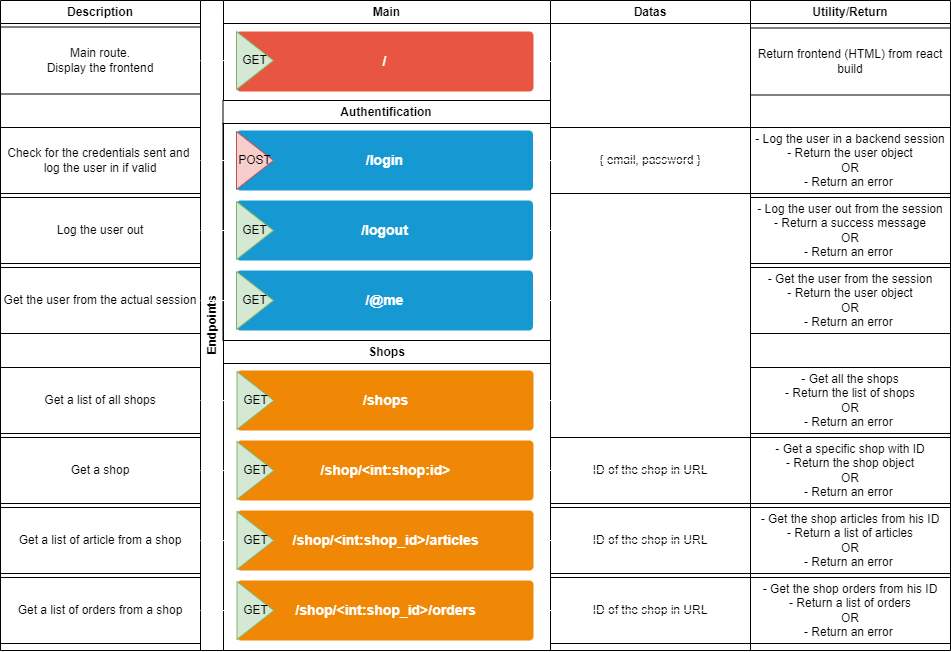
Earlier version of the draw.io export 01-Documents/CodeSchematics/routes.drawio.png (dam277/P-TPI-ETML). Source tidied: cells renumbered, new cells last; positions are measured from the earlier drawing's top-left corner, leaving out a move shared by most shapes.
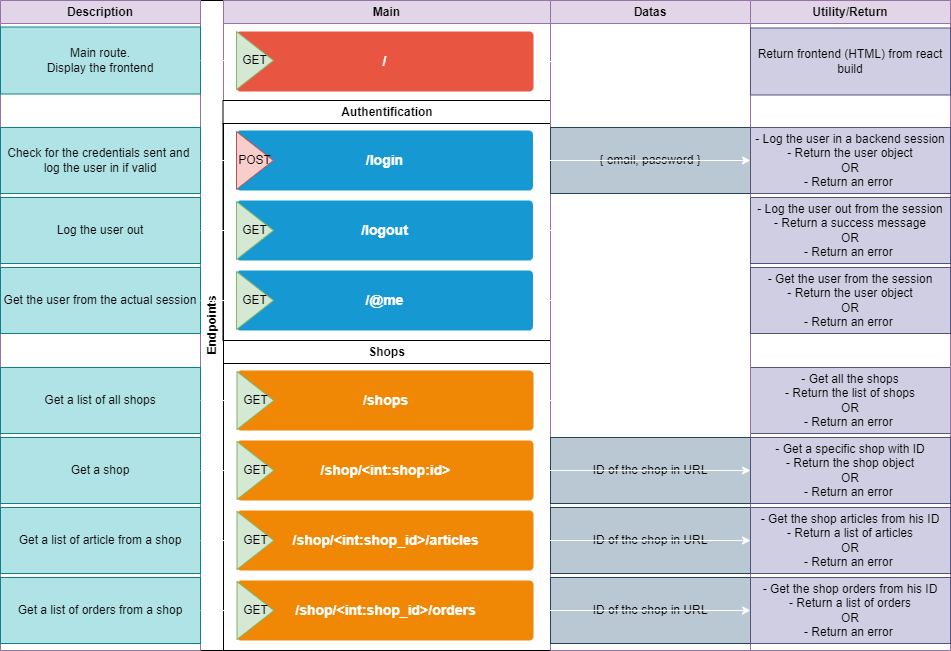
The same diagram one commit later.

Change to the diagram source:
```diff
@@ -5,7 +5,7 @@
     <mxCell id="2" value="Endpoints" style="swimlane;horizontal=0;whiteSpace=wrap;html=1;" parent="1" vertex="1">
       <mxGeometry x="200" width="350" height="650" as="geometry" />
     </mxCell>
-    <mxCell id="3" value="Main" style="swimlane;whiteSpace=wrap;html=1;" parent="2" vertex="1">
+    <mxCell id="3" value="Main" style="swimlane;whiteSpace=wrap;html=1;fillColor=#e1d5e7;strokeColor=#9673a6;" parent="2" vertex="1">
       <mxGeometry x="23" width="327" height="101" as="geometry" />
     </mxCell>
     <mxCell id="4" value="/" style="rounded=1;whiteSpace=wrap;html=1;shadow=0;labelBackgroundColor=none;strokeColor=none;strokeWidth=3;fillColor=#e85642;fontFamily=Helvetica;fontSize=14;fontColor=#FFFFFF;align=center;spacing=5;fontStyle=1;arcSize=7;perimeterSpacing=2;" parent="3" vertex="1">
@@ -62,76 +62,76 @@
     <mxCell id="21" value="GET" style="triangle;whiteSpace=wrap;html=1;fillColor=#d5e8d4;strokeColor=#82b366;" parent="13" vertex="1">
       <mxGeometry x="13.5" y="241" width="37" height="58" as="geometry" />
     </mxCell>
-    <mxCell id="22" value="Description" style="swimlane;whiteSpace=wrap;html=1;" parent="1" vertex="1">
+    <mxCell id="22" value="Description" style="swimlane;whiteSpace=wrap;html=1;fillColor=#e1d5e7;strokeColor=#9673a6;" parent="1" vertex="1">
       <mxGeometry width="200" height="650" as="geometry" />
     </mxCell>
-    <mxCell id="23" value="Main route.&lt;div&gt;Display the frontend&lt;/div&gt;" style="rounded=0;whiteSpace=wrap;html=1;" parent="22" vertex="1">
+    <mxCell id="23" value="Main route.&lt;div&gt;Display the frontend&lt;/div&gt;" style="rounded=0;whiteSpace=wrap;html=1;fillColor=#b0e3e6;strokeColor=#0e8088;" parent="22" vertex="1">
       <mxGeometry y="26.5" width="200" height="67" as="geometry" />
     </mxCell>
-    <mxCell id="24" value="Check for the credentials sent and&amp;nbsp;&lt;div&gt;log the user in if valid&lt;/div&gt;" style="rounded=0;whiteSpace=wrap;html=1;" parent="22" vertex="1">
+    <mxCell id="24" value="Check for the credentials sent and&amp;nbsp;&lt;div&gt;log the user in if valid&lt;/div&gt;" style="rounded=0;whiteSpace=wrap;html=1;fillColor=#b0e3e6;strokeColor=#0e8088;" parent="22" vertex="1">
       <mxGeometry y="127" width="200" height="66" as="geometry" />
     </mxCell>
-    <mxCell id="25" value="Log the user out" style="rounded=0;whiteSpace=wrap;html=1;" parent="22" vertex="1">
+    <mxCell id="25" value="Log the user out" style="rounded=0;whiteSpace=wrap;html=1;fillColor=#b0e3e6;strokeColor=#0e8088;" parent="22" vertex="1">
       <mxGeometry y="197" width="200" height="66" as="geometry" />
     </mxCell>
-    <mxCell id="26" value="Get the user from the actual session" style="rounded=0;whiteSpace=wrap;html=1;" parent="22" vertex="1">
+    <mxCell id="26" value="Get the user from the actual session" style="rounded=0;whiteSpace=wrap;html=1;fillColor=#b0e3e6;strokeColor=#0e8088;" parent="22" vertex="1">
       <mxGeometry y="267" width="200" height="66" as="geometry" />
     </mxCell>
-    <mxCell id="27" value="Get a list of all shops" style="rounded=0;whiteSpace=wrap;html=1;" parent="22" vertex="1">
+    <mxCell id="27" value="Get a list of all shops" style="rounded=0;whiteSpace=wrap;html=1;fillColor=#b0e3e6;strokeColor=#0e8088;" parent="22" vertex="1">
       <mxGeometry y="367" width="200" height="66" as="geometry" />
     </mxCell>
-    <mxCell id="28" value="Get a shop&lt;span style=&quot;color: rgba(0, 0, 0, 0); font-family: monospace; font-size: 0px; text-align: start; text-wrap: nowrap;&quot;&gt;%3CmxGraphModel%3E%3Croot%3E%3CmxCell%20id%3D%220%22%2F%3E%3CmxCell%20id%3D%221%22%20parent%3D%220%22%2F%3E%3CmxCell%20id%3D%222%22%20value%3D%22Get%20a%20list%20of%20all%20shops%22%20style%3D%22rounded%3D0%3BwhiteSpace%3Dwrap%3Bhtml%3D1%3B%22%20vertex%3D%221%22%20parent%3D%221%22%3E%3CmxGeometry%20y%3D%22366%22%20width%3D%22200%22%20height%3D%2266%22%20as%3D%22geometry%22%2F%3E%3C%2FmxCell%3E%3C%2Froot%3E%3C%2FmxGraphModel%3E&lt;/span&gt;" style="rounded=0;whiteSpace=wrap;html=1;" parent="22" vertex="1">
+    <mxCell id="28" value="Get a shop&lt;span style=&quot;color: rgba(0, 0, 0, 0); font-family: monospace; font-size: 0px; text-align: start; text-wrap: nowrap;&quot;&gt;%3CmxGraphModel%3E%3Croot%3E%3CmxCell%20id%3D%220%22%2F%3E%3CmxCell%20id%3D%221%22%20parent%3D%220%22%2F%3E%3CmxCell%20id%3D%222%22%20value%3D%22Get%20a%20list%20of%20all%20shops%22%20style%3D%22rounded%3D0%3BwhiteSpace%3Dwrap%3Bhtml%3D1%3B%22%20vertex%3D%221%22%20parent%3D%221%22%3E%3CmxGeometry%20y%3D%22366%22%20width%3D%22200%22%20height%3D%2266%22%20as%3D%22geometry%22%2F%3E%3C%2FmxCell%3E%3C%2Froot%3E%3C%2FmxGraphModel%3E&lt;/span&gt;" style="rounded=0;whiteSpace=wrap;html=1;fillColor=#b0e3e6;strokeColor=#0e8088;" parent="22" vertex="1">
       <mxGeometry y="437" width="200" height="66" as="geometry" />
     </mxCell>
-    <mxCell id="29" value="Get a list of article from a shop" style="rounded=0;whiteSpace=wrap;html=1;" parent="22" vertex="1">
+    <mxCell id="29" value="Get a list of article from a shop" style="rounded=0;whiteSpace=wrap;html=1;fillColor=#b0e3e6;strokeColor=#0e8088;" parent="22" vertex="1">
       <mxGeometry y="507" width="200" height="66" as="geometry" />
     </mxCell>
-    <mxCell id="30" value="Get a list of orders from a shop" style="rounded=0;whiteSpace=wrap;html=1;" parent="22" vertex="1">
+    <mxCell id="30" value="Get a list of orders from a shop" style="rounded=0;whiteSpace=wrap;html=1;fillColor=#b0e3e6;strokeColor=#0e8088;" parent="22" vertex="1">
       <mxGeometry y="577" width="200" height="66" as="geometry" />
     </mxCell>
-    <mxCell id="31" value="Datas" style="swimlane;whiteSpace=wrap;html=1;" parent="1" vertex="1">
+    <mxCell id="31" value="Datas" style="swimlane;whiteSpace=wrap;html=1;fillColor=#e1d5e7;strokeColor=#9673a6;" parent="1" vertex="1">
       <mxGeometry x="550" width="200" height="650" as="geometry" />
     </mxCell>
-    <mxCell id="32" value="{ email, password }" style="rounded=0;whiteSpace=wrap;html=1;" parent="31" vertex="1">
+    <mxCell id="32" value="{ email, password }" style="rounded=0;whiteSpace=wrap;html=1;fillColor=#bac8d3;strokeColor=#23445d;" parent="31" vertex="1">
       <mxGeometry y="127" width="200" height="66" as="geometry" />
     </mxCell>
-    <mxCell id="33" value="- Get all the shops&lt;div&gt;- Return the list of shops&lt;span style=&quot;color: rgba(0, 0, 0, 0); font-family: monospace; font-size: 0px; text-align: start; text-wrap: nowrap;&quot;&gt;%3CmxGraphModel%3E%3Croot%3E%3CmxCell%20id%3D%220%22%2F%3E%3CmxCell%20id%3D%221%22%20parent%3D%220%22%2F%3E%3CmxCell%20id%3D%222%22%20value%3D%22-%20Get%20the%20user%20from%20the%20session%26lt%3Bdiv%26gt%3B-%20Return%20the%20user%20object%26lt%3B%2Fdiv%26gt%3B%26lt%3Bdiv%26gt%3BOR%26lt%3B%2Fdiv%26gt%3B%26lt%3Bdiv%26gt%3B-%20Return%20an%20error%26amp%3Bnbsp%3B%26lt%3B%2Fdiv%26gt%3B%22%20style%3D%22rounded%3D0%3BwhiteSpace%3Dwrap%3Bhtml%3D1%3B%22%20vertex%3D%221%22%20parent%3D%221%22%3E%3CmxGeometry%20x%3D%22750%22%20y%3D%22260%22%20width%3D%22200%22%20height%3D%2266%22%20as%3D%22geometry%22%2F%3E%3C%2FmxCell%3E%3C%2Froot%3E%3C%2FmxGraphModel%3E&lt;/span&gt;&lt;br&gt;&lt;div&gt;OR&lt;/div&gt;&lt;div&gt;- Return an error&amp;nbsp;&lt;/div&gt;&lt;/div&gt;" style="rounded=0;whiteSpace=wrap;html=1;" parent="31" vertex="1">
+    <mxCell id="33" value="- Get all the shops&lt;div&gt;- Return the list of shops&lt;span style=&quot;color: rgba(0, 0, 0, 0); font-family: monospace; font-size: 0px; text-align: start; text-wrap: nowrap;&quot;&gt;%3CmxGraphModel%3E%3Croot%3E%3CmxCell%20id%3D%220%22%2F%3E%3CmxCell%20id%3D%221%22%20parent%3D%220%22%2F%3E%3CmxCell%20id%3D%222%22%20value%3D%22-%20Get%20the%20user%20from%20the%20session%26lt%3Bdiv%26gt%3B-%20Return%20the%20user%20object%26lt%3B%2Fdiv%26gt%3B%26lt%3Bdiv%26gt%3BOR%26lt%3B%2Fdiv%26gt%3B%26lt%3Bdiv%26gt%3B-%20Return%20an%20error%26amp%3Bnbsp%3B%26lt%3B%2Fdiv%26gt%3B%22%20style%3D%22rounded%3D0%3BwhiteSpace%3Dwrap%3Bhtml%3D1%3B%22%20vertex%3D%221%22%20parent%3D%221%22%3E%3CmxGeometry%20x%3D%22750%22%20y%3D%22260%22%20width%3D%22200%22%20height%3D%2266%22%20as%3D%22geometry%22%2F%3E%3C%2FmxCell%3E%3C%2Froot%3E%3C%2FmxGraphModel%3E&lt;/span&gt;&lt;br&gt;&lt;div&gt;OR&lt;/div&gt;&lt;div&gt;- Return an error&amp;nbsp;&lt;/div&gt;&lt;/div&gt;" style="rounded=0;whiteSpace=wrap;html=1;fillColor=#d0cee2;strokeColor=#56517e;" parent="31" vertex="1">
       <mxGeometry x="200" y="367" width="200" height="66" as="geometry" />
     </mxCell>
-    <mxCell id="34" value="ID of the shop in URL" style="rounded=0;whiteSpace=wrap;html=1;" parent="31" vertex="1">
+    <mxCell id="34" value="ID of the shop in URL" style="rounded=0;whiteSpace=wrap;html=1;fillColor=#bac8d3;strokeColor=#23445d;" parent="31" vertex="1">
       <mxGeometry y="437" width="200" height="66" as="geometry" />
     </mxCell>
-    <mxCell id="35" value="ID of the shop in URL" style="rounded=0;whiteSpace=wrap;html=1;" parent="31" vertex="1">
+    <mxCell id="35" value="ID of the shop in URL" style="rounded=0;whiteSpace=wrap;html=1;fillColor=#bac8d3;strokeColor=#23445d;" parent="31" vertex="1">
       <mxGeometry y="507" width="200" height="66" as="geometry" />
     </mxCell>
-    <mxCell id="36" value="ID of the shop in URL" style="rounded=0;whiteSpace=wrap;html=1;" parent="31" vertex="1">
+    <mxCell id="36" value="ID of the shop in URL" style="rounded=0;whiteSpace=wrap;html=1;fillColor=#bac8d3;strokeColor=#23445d;" parent="31" vertex="1">
       <mxGeometry y="577" width="200" height="66" as="geometry" />
     </mxCell>
     <mxCell id="37" style="edgeStyle=orthogonalEdgeStyle;rounded=0;jettySize=auto;html=1;exitX=1;exitY=0.5;exitDx=0;exitDy=0;strokeColor=#ffffff;" parent="1" edge="1" source="9" target="40">
       <mxGeometry relative="1" as="geometry" />
     </mxCell>
-    <mxCell id="38" value="Utility/Return" style="swimlane;whiteSpace=wrap;html=1;" parent="1" vertex="1">
+    <mxCell id="38" value="Utility/Return" style="swimlane;whiteSpace=wrap;html=1;fillColor=#e1d5e7;strokeColor=#9673a6;" parent="1" vertex="1">
       <mxGeometry x="750" width="200" height="650" as="geometry" />
     </mxCell>
-    <mxCell id="39" value="Return frontend (HTML) from react build" style="rounded=0;whiteSpace=wrap;html=1;" parent="38" vertex="1">
+    <mxCell id="39" value="Return frontend (HTML) from react build" style="rounded=0;whiteSpace=wrap;html=1;fillColor=#d0cee2;strokeColor=#56517e;" parent="38" vertex="1">
       <mxGeometry y="27.5" width="200" height="67" as="geometry" />
     </mxCell>
-    <mxCell id="40" value="- Log the user in a backend session&lt;div&gt;- Return the user object&lt;/div&gt;&lt;div&gt;OR&lt;/div&gt;&lt;div&gt;- Return an error&amp;nbsp;&lt;/div&gt;" style="rounded=0;whiteSpace=wrap;html=1;" parent="38" vertex="1">
+    <mxCell id="40" value="- Log the user in a backend session&lt;div&gt;- Return the user object&lt;/div&gt;&lt;div&gt;OR&lt;/div&gt;&lt;div&gt;- Return an error&amp;nbsp;&lt;/div&gt;" style="rounded=0;whiteSpace=wrap;html=1;fillColor=#d0cee2;strokeColor=#56517e;" parent="38" vertex="1">
       <mxGeometry y="127" width="200" height="66" as="geometry" />
     </mxCell>
-    <mxCell id="41" value="- Log the user out from the session&lt;div&gt;- Return a success message&lt;/div&gt;&lt;div&gt;OR&lt;/div&gt;&lt;div&gt;- Return an error&amp;nbsp;&lt;/div&gt;" style="rounded=0;whiteSpace=wrap;html=1;" parent="38" vertex="1">
+    <mxCell id="41" value="- Log the user out from the session&lt;div&gt;- Return a success message&lt;/div&gt;&lt;div&gt;OR&lt;/div&gt;&lt;div&gt;- Return an error&amp;nbsp;&lt;/div&gt;" style="rounded=0;whiteSpace=wrap;html=1;fillColor=#d0cee2;strokeColor=#56517e;" parent="38" vertex="1">
       <mxGeometry y="197" width="200" height="66" as="geometry" />
     </mxCell>
-    <mxCell id="42" value="- Get the user from the session&lt;div&gt;- Return the user object&lt;/div&gt;&lt;div&gt;OR&lt;/div&gt;&lt;div&gt;- Return an error&amp;nbsp;&lt;/div&gt;" style="rounded=0;whiteSpace=wrap;html=1;" parent="38" vertex="1">
+    <mxCell id="42" value="- Get the user from the session&lt;div&gt;- Return the user object&lt;/div&gt;&lt;div&gt;OR&lt;/div&gt;&lt;div&gt;- Return an error&amp;nbsp;&lt;/div&gt;" style="rounded=0;whiteSpace=wrap;html=1;fillColor=#d0cee2;strokeColor=#56517e;" parent="38" vertex="1">
       <mxGeometry y="267" width="200" height="66" as="geometry" />
     </mxCell>
-    <mxCell id="43" value="- Get a specific shop with ID&lt;div&gt;- Return the shop object&lt;span style=&quot;color: rgba(0, 0, 0, 0); font-family: monospace; font-size: 0px; text-align: start; text-wrap: nowrap;&quot;&gt;%3CmxGraphModel%3E%3Croot%3E%3CmxCell%20id%3D%220%22%2F%3E%3CmxCell%20id%3D%221%22%20parent%3D%220%22%2F%3E%3CmxCell%20id%3D%222%22%20value%3D%22-%20Get%20the%20user%20from%20the%20session%26lt%3Bdiv%26gt%3B-%20Return%20the%20user%20object%26lt%3B%2Fdiv%26gt%3B%26lt%3Bdiv%26gt%3BOR%26lt%3B%2Fdiv%26gt%3B%26lt%3Bdiv%26gt%3B-%20Return%20an%20error%26amp%3Bnbsp%3B%26lt%3B%2Fdiv%26gt%3B%22%20style%3D%22rounded%3D0%3BwhiteSpace%3Dwrap%3Bhtml%3D1%3B%22%20vertex%3D%221%22%20parent%3D%221%22%3E%3CmxGeometry%20x%3D%22750%22%20y%3D%22260%22%20width%3D%22200%22%20height%3D%2266%22%20as%3D%22geometry%22%2F%3E%3C%2FmxCell%3E%3C%2Froot%3E%3C%2FmxGraphModel%3E&lt;/span&gt;&lt;br&gt;&lt;div&gt;OR&lt;/div&gt;&lt;div&gt;- Return an error&amp;nbsp;&lt;/div&gt;&lt;/div&gt;" style="rounded=0;whiteSpace=wrap;html=1;" parent="38" vertex="1">
+    <mxCell id="43" value="- Get a specific shop with ID&lt;div&gt;- Return the shop object&lt;span style=&quot;color: rgba(0, 0, 0, 0); font-family: monospace; font-size: 0px; text-align: start; text-wrap: nowrap;&quot;&gt;%3CmxGraphModel%3E%3Croot%3E%3CmxCell%20id%3D%220%22%2F%3E%3CmxCell%20id%3D%221%22%20parent%3D%220%22%2F%3E%3CmxCell%20id%3D%222%22%20value%3D%22-%20Get%20the%20user%20from%20the%20session%26lt%3Bdiv%26gt%3B-%20Return%20the%20user%20object%26lt%3B%2Fdiv%26gt%3B%26lt%3Bdiv%26gt%3BOR%26lt%3B%2Fdiv%26gt%3B%26lt%3Bdiv%26gt%3B-%20Return%20an%20error%26amp%3Bnbsp%3B%26lt%3B%2Fdiv%26gt%3B%22%20style%3D%22rounded%3D0%3BwhiteSpace%3Dwrap%3Bhtml%3D1%3B%22%20vertex%3D%221%22%20parent%3D%221%22%3E%3CmxGeometry%20x%3D%22750%22%20y%3D%22260%22%20width%3D%22200%22%20height%3D%2266%22%20as%3D%22geometry%22%2F%3E%3C%2FmxCell%3E%3C%2Froot%3E%3C%2FmxGraphModel%3E&lt;/span&gt;&lt;br&gt;&lt;div&gt;OR&lt;/div&gt;&lt;div&gt;- Return an error&amp;nbsp;&lt;/div&gt;&lt;/div&gt;" style="rounded=0;whiteSpace=wrap;html=1;fillColor=#d0cee2;strokeColor=#56517e;" parent="38" vertex="1">
       <mxGeometry y="437" width="200" height="66" as="geometry" />
     </mxCell>
-    <mxCell id="44" value="- Get the shop articles from his ID&lt;div&gt;- Return a list of articles&lt;span style=&quot;color: rgba(0, 0, 0, 0); font-family: monospace; font-size: 0px; text-align: start; text-wrap: nowrap;&quot;&gt;%3CmxGraphModel%3E%3Croot%3E%3CmxCell%20id%3D%220%22%2F%3E%3CmxCell%20id%3D%221%22%20parent%3D%220%22%2F%3E%3CmxCell%20id%3D%222%22%20value%3D%22-%20Get%20the%20user%20from%20the%20session%26lt%3Bdiv%26gt%3B-%20Return%20the%20user%20object%26lt%3B%2Fdiv%26gt%3B%26lt%3Bdiv%26gt%3BOR%26lt%3B%2Fdiv%26gt%3B%26lt%3Bdiv%26gt%3B-%20Return%20an%20error%26amp%3Bnbsp%3B%26lt%3B%2Fdiv%26gt%3B%22%20style%3D%22rounded%3D0%3BwhiteSpace%3Dwrap%3Bhtml%3D1%3B%22%20vertex%3D%221%22%20parent%3D%221%22%3E%3CmxGeometry%20x%3D%22750%22%20y%3D%22260%22%20width%3D%22200%22%20height%3D%2266%22%20as%3D%22geometry%22%2F%3E%3C%2FmxCell%3E%3C%2Froot%3E%3C%2FmxGraphModel%3E&lt;/span&gt;&lt;br&gt;&lt;div&gt;OR&lt;/div&gt;&lt;div&gt;- Return an error&amp;nbsp;&lt;/div&gt;&lt;/div&gt;" style="rounded=0;whiteSpace=wrap;html=1;" parent="38" vertex="1">
+    <mxCell id="44" value="- Get the shop articles from his ID&lt;div&gt;- Return a list of articles&lt;span style=&quot;color: rgba(0, 0, 0, 0); font-family: monospace; font-size: 0px; text-align: start; text-wrap: nowrap;&quot;&gt;%3CmxGraphModel%3E%3Croot%3E%3CmxCell%20id%3D%220%22%2F%3E%3CmxCell%20id%3D%221%22%20parent%3D%220%22%2F%3E%3CmxCell%20id%3D%222%22%20value%3D%22-%20Get%20the%20user%20from%20the%20session%26lt%3Bdiv%26gt%3B-%20Return%20the%20user%20object%26lt%3B%2Fdiv%26gt%3B%26lt%3Bdiv%26gt%3BOR%26lt%3B%2Fdiv%26gt%3B%26lt%3Bdiv%26gt%3B-%20Return%20an%20error%26amp%3Bnbsp%3B%26lt%3B%2Fdiv%26gt%3B%22%20style%3D%22rounded%3D0%3BwhiteSpace%3Dwrap%3Bhtml%3D1%3B%22%20vertex%3D%221%22%20parent%3D%221%22%3E%3CmxGeometry%20x%3D%22750%22%20y%3D%22260%22%20width%3D%22200%22%20height%3D%2266%22%20as%3D%22geometry%22%2F%3E%3C%2FmxCell%3E%3C%2Froot%3E%3C%2FmxGraphModel%3E&lt;/span&gt;&lt;br&gt;&lt;div&gt;OR&lt;/div&gt;&lt;div&gt;- Return an error&amp;nbsp;&lt;/div&gt;&lt;/div&gt;" style="rounded=0;whiteSpace=wrap;html=1;fillColor=#d0cee2;strokeColor=#56517e;" parent="38" vertex="1">
       <mxGeometry y="507" width="200" height="66" as="geometry" />
     </mxCell>
-    <mxCell id="45" value="- Get the shop orders from his ID&lt;div&gt;- Return a list of orders&lt;span style=&quot;color: rgba(0, 0, 0, 0); font-family: monospace; font-size: 0px; text-align: start; text-wrap: nowrap;&quot;&gt;%3CmxGraphModel%3E%3Croot%3E%3CmxCell%20id%3D%220%22%2F%3E%3CmxCell%20id%3D%221%22%20parent%3D%220%22%2F%3E%3CmxCell%20id%3D%222%22%20value%3D%22-%20Get%20the%20user%20from%20the%20session%26lt%3Bdiv%26gt%3B-%20Return%20the%20user%20object%26lt%3B%2Fdiv%26gt%3B%26lt%3Bdiv%26gt%3BOR%26lt%3B%2Fdiv%26gt%3B%26lt%3Bdiv%26gt%3B-%20Return%20an%20error%26amp%3Bnbsp%3B%26lt%3B%2Fdiv%26gt%3B%22%20style%3D%22rounded%3D0%3BwhiteSpace%3Dwrap%3Bhtml%3D1%3B%22%20vertex%3D%221%22%20parent%3D%221%22%3E%3CmxGeometry%20x%3D%22750%22%20y%3D%22260%22%20width%3D%22200%22%20height%3D%2266%22%20as%3D%22geometry%22%2F%3E%3C%2FmxCell%3E%3C%2Froot%3E%3C%2FmxGraphModel%3E&lt;/span&gt;&lt;br&gt;&lt;div&gt;OR&lt;/div&gt;&lt;div&gt;- Return an error&amp;nbsp;&lt;/div&gt;&lt;/div&gt;" style="rounded=0;whiteSpace=wrap;html=1;" parent="38" vertex="1">
+    <mxCell id="45" value="- Get the shop orders from his ID&lt;div&gt;- Return a list of orders&lt;span style=&quot;color: rgba(0, 0, 0, 0); font-family: monospace; font-size: 0px; text-align: start; text-wrap: nowrap;&quot;&gt;%3CmxGraphModel%3E%3Croot%3E%3CmxCell%20id%3D%220%22%2F%3E%3CmxCell%20id%3D%221%22%20parent%3D%220%22%2F%3E%3CmxCell%20id%3D%222%22%20value%3D%22-%20Get%20the%20user%20from%20the%20session%26lt%3Bdiv%26gt%3B-%20Return%20the%20user%20object%26lt%3B%2Fdiv%26gt%3B%26lt%3Bdiv%26gt%3BOR%26lt%3B%2Fdiv%26gt%3B%26lt%3Bdiv%26gt%3B-%20Return%20an%20error%26amp%3Bnbsp%3B%26lt%3B%2Fdiv%26gt%3B%22%20style%3D%22rounded%3D0%3BwhiteSpace%3Dwrap%3Bhtml%3D1%3B%22%20vertex%3D%221%22%20parent%3D%221%22%3E%3CmxGeometry%20x%3D%22750%22%20y%3D%22260%22%20width%3D%22200%22%20height%3D%2266%22%20as%3D%22geometry%22%2F%3E%3C%2FmxCell%3E%3C%2Froot%3E%3C%2FmxGraphModel%3E&lt;/span&gt;&lt;br&gt;&lt;div&gt;OR&lt;/div&gt;&lt;div&gt;- Return an error&amp;nbsp;&lt;/div&gt;&lt;/div&gt;" style="rounded=0;whiteSpace=wrap;html=1;fillColor=#d0cee2;strokeColor=#56517e;" parent="38" vertex="1">
       <mxGeometry y="577" width="200" height="66" as="geometry" />
     </mxCell>
     <mxCell id="46" style="edgeStyle=orthogonalEdgeStyle;rounded=0;jettySize=auto;html=1;strokeColor=#FFFFFF;" parent="1" edge="1" source="23" target="5">
```
